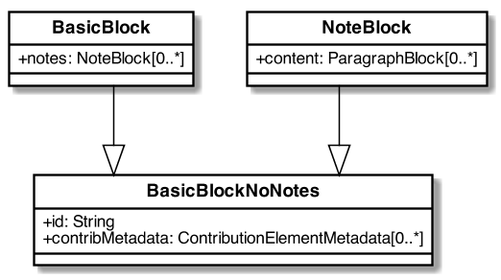
metanorma/basicdoc-models keeps this PlantUML diagram as images/Blocks.png. Above is the earlier version.
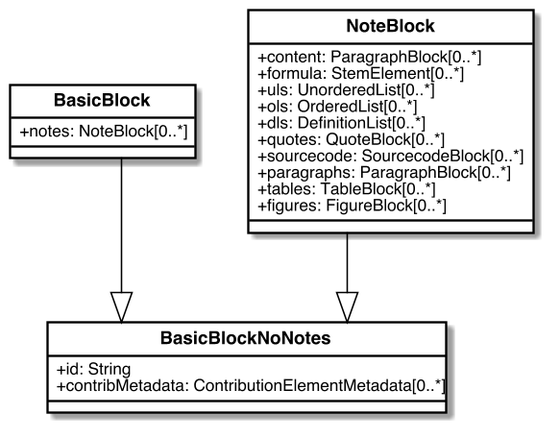
After the change.

What changed in the source:
```diff
@@ -1,44 +1,6 @@
 @startuml Blocks
 
-
-skinparam Dpi 150
-skinparam Monochrome false
-skinparam LineType ortho
-hide circle
-skinparam Default {
-  TextAlignment center
-  FontName Helvetica
-}
-skinparam Class {
-  AttributeIconSize 0
-  BackgroundColor White
-  ArrowColor Black
-  BorderColor Black
-  FontStyle bold
-  StereotypeFontSize 10
-}
-skinparam Rectangle {
-  BackgroundColor White
-  ArrowColor Black
-  BorderColor Black
-  FontStyle bold
-  FontSize 11
-  StereotypeFontSize 10
-}
-skinparam Object {
-  BackgroundColor White
-  ArrowColor Black
-  BorderColor Black
-  FontStyle bold
-  FontSize 11
-  StereotypeFontSize 10
-}
-
-skinparam Entity {
-  StereotypeFontSize 10
-}
-
-
+!include style.uml.inc
 
 
 class BasicBlock {
@@ -52,6 +14,15 @@
 
 class NoteBlock {
   +content: ParagraphBlock[0..*]
+    +formula: StemElement[0..*]
+    +uls: UnorderedList[0..*]
+    +ols: OrderedList[0..*]
+    +dls: DefinitionList[0..*]
+    +quotes: QuoteBlock[0..*]
+    +sourcecode: SourcecodeBlock[0..*]
+    +paragraphs: ParagraphBlock[0..*]
+    +tables: TableBlock[0..*]
+    +figures: FigureBlock[0..*]
 }
 
 
```
